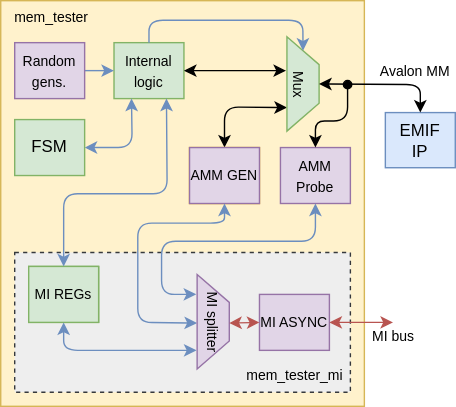
Earlier version of the draw.io export comp/debug/mem_tester/doc/memory_tester.svg (CESNET/ofm). Source tidied: cells renumbered, new cells last; positions are measured from the earlier drawing's top-left corner, leaving out a move shared by most shapes.
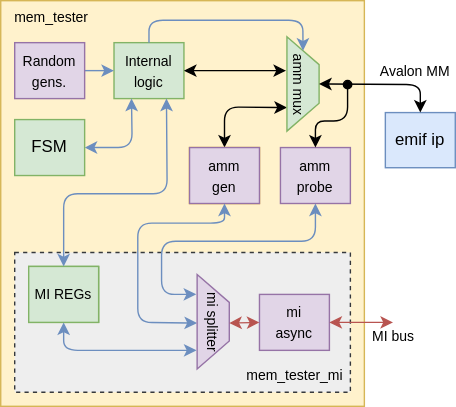
After the commit.

What changed in the source:
```diff
@@ -60,7 +60,7 @@
     <mxCell id="16" style="rounded=0;whiteSpace=wrap;html=1;fillColor=#e1d5e7;strokeColor=#9673a6;" parent="15" vertex="1">
       <mxGeometry width="50" height="40" as="geometry" />
     </mxCell>
-    <mxCell id="17" value="&lt;font style=&quot;font-size: 10px&quot;&gt;AMM GEN&lt;/font&gt;" style="text;html=1;strokeColor=none;fillColor=none;align=center;verticalAlign=middle;whiteSpace=wrap;rounded=0;" parent="15" vertex="1">
+    <mxCell id="17" value="&lt;font style=&quot;font-size: 10px&quot;&gt;amm&lt;br&gt;gen&lt;/font&gt;" style="text;html=1;strokeColor=none;fillColor=none;align=center;verticalAlign=middle;whiteSpace=wrap;rounded=0;" parent="15" vertex="1">
       <mxGeometry y="8.8" width="50" height="22.5" as="geometry" />
     </mxCell>
     <mxCell id="18" style="group;" parent="1" vertex="1">
@@ -87,7 +87,7 @@
     <mxCell id="25" style="shape=trapezoid;perimeter=trapezoidPerimeter;whiteSpace=wrap;html=1;fixedSize=1;rotation=90;fillColor=#d5e8d4;strokeColor=#82b366;" parent="24" vertex="1">
       <mxGeometry x="-19.1" y="18" width="67.5" height="23" as="geometry" />
     </mxCell>
-    <mxCell id="26" value="&lt;font style=&quot;font-size: 10px&quot;&gt;Mux&lt;/font&gt;" style="text;html=1;strokeColor=none;fillColor=none;align=center;verticalAlign=middle;whiteSpace=wrap;rounded=0;rotation=90;" parent="24" vertex="1">
+    <mxCell id="26" value="&lt;font style=&quot;font-size: 10px&quot;&gt;amm mux&lt;/font&gt;" style="text;html=1;strokeColor=none;fillColor=none;align=center;verticalAlign=middle;whiteSpace=wrap;rounded=0;rotation=90;" parent="24" vertex="1">
       <mxGeometry x="-15.2" y="19.4" width="55.2" height="22.5" as="geometry" />
     </mxCell>
     <mxCell id="27" value="&lt;font style=&quot;font-size: 10px&quot;&gt;Avalon MM&lt;/font&gt;" style="text;html=1;strokeColor=none;fillColor=none;align=center;verticalAlign=middle;whiteSpace=wrap;rounded=0;" parent="1" vertex="1">
@@ -99,7 +99,7 @@
     <mxCell id="29" style="whiteSpace=wrap;html=1;fillColor=#dae8fc;strokeColor=#6c8ebf;" parent="28" vertex="1">
       <mxGeometry width="50" height="39.4" as="geometry" />
     </mxCell>
-    <mxCell id="30" value="EMIF IP" style="text;html=1;strokeColor=none;fillColor=none;align=center;verticalAlign=middle;whiteSpace=wrap;rounded=0;fontStyle=0;" parent="28" vertex="1">
+    <mxCell id="30" value="emif ip" style="text;html=1;strokeColor=none;fillColor=none;align=center;verticalAlign=middle;whiteSpace=wrap;rounded=0;fontStyle=0;" parent="28" vertex="1">
       <mxGeometry x="5.2" y="3.9" width="39.6" height="31.5" as="geometry" />
     </mxCell>
     <mxCell id="31" style="endArrow=classic;startArrow=classic;html=1;entryX=0.5;entryY=0;entryDx=0;entryDy=0;exitX=0.5;exitY=0;exitDx=0;exitDy=0;" parent="1" edge="1" source="25" target="29">
@@ -134,7 +134,7 @@
     <mxCell id="35" style="group;fillColor=#e1d5e7;strokeColor=#9673a6;" parent="1" vertex="1">
       <mxGeometry x="185" y="210" width="50" height="40" as="geometry" />
     </mxCell>
-    <mxCell id="36" value="&lt;font style=&quot;font-size: 10px&quot;&gt;MI ASYNC&lt;/font&gt;" style="text;html=1;strokeColor=none;fillColor=none;align=center;verticalAlign=middle;whiteSpace=wrap;rounded=0;" parent="35" vertex="1">
+    <mxCell id="36" value="&lt;font style=&quot;font-size: 10px&quot;&gt;mi&lt;br&gt;async&lt;br&gt;&lt;/font&gt;" style="text;html=1;strokeColor=none;fillColor=none;align=center;verticalAlign=middle;whiteSpace=wrap;rounded=0;" parent="35" vertex="1">
       <mxGeometry y="8.8" width="50" height="22.5" as="geometry" />
     </mxCell>
     <mxCell id="37" style="group;rotation=0;" parent="1" vertex="1">
@@ -143,7 +143,7 @@
     <mxCell id="38" style="shape=trapezoid;perimeter=trapezoidPerimeter;whiteSpace=wrap;html=1;fixedSize=1;rotation=90;fillColor=#e1d5e7;strokeColor=#9673a6;" parent="37" vertex="1">
       <mxGeometry x="-19.1" y="18" width="67.5" height="23" as="geometry" />
     </mxCell>
-    <mxCell id="39" value="&lt;font style=&quot;font-size: 10px&quot;&gt;MI splitter&lt;br&gt;&lt;/font&gt;" style="text;html=1;strokeColor=none;fillColor=none;align=center;verticalAlign=middle;whiteSpace=wrap;rounded=0;rotation=90;" parent="37" vertex="1">
+    <mxCell id="39" value="&lt;font style=&quot;font-size: 10px&quot;&gt;mi splitter&lt;br&gt;&lt;/font&gt;" style="text;html=1;strokeColor=none;fillColor=none;align=center;verticalAlign=middle;whiteSpace=wrap;rounded=0;rotation=90;" parent="37" vertex="1">
       <mxGeometry x="-13" y="19" width="55.2" height="23" as="geometry" />
     </mxCell>
     <mxCell id="40" style="endArrow=classic;html=1;fillColor=#f8cecc;strokeColor=#b85450;startArrow=classic;startFill=1;entryX=0;entryY=0.5;entryDx=0;entryDy=0;exitX=0.5;exitY=0;exitDx=0;exitDy=0;" parent="1" edge="1" source="39" target="36">
@@ -175,7 +175,7 @@
     <mxCell id="47" style="rounded=0;whiteSpace=wrap;html=1;fillColor=#e1d5e7;strokeColor=#9673a6;" parent="46" vertex="1">
       <mxGeometry width="50" height="40" as="geometry" />
     </mxCell>
-    <mxCell id="48" value="&lt;font style=&quot;font-size: 10px&quot;&gt;AMM Probe&lt;/font&gt;" style="text;html=1;strokeColor=none;fillColor=none;align=center;verticalAlign=middle;whiteSpace=wrap;rounded=0;" parent="46" vertex="1">
+    <mxCell id="48" value="&lt;font style=&quot;font-size: 10px&quot;&gt;amm&lt;br&gt;probe&lt;br&gt;&lt;/font&gt;" style="text;html=1;strokeColor=none;fillColor=none;align=center;verticalAlign=middle;whiteSpace=wrap;rounded=0;" parent="46" vertex="1">
       <mxGeometry y="8.8" width="50" height="22.5" as="geometry" />
     </mxCell>
     <mxCell id="49" style="endArrow=classic;html=1;fillColor=#dae8fc;strokeColor=#6c8ebf;startArrow=classic;startFill=1;exitX=0.129;exitY=1.025;exitDx=0;exitDy=0;entryX=0.5;entryY=1;entryDx=0;entryDy=0;exitPerimeter=0;" parent="1" edge="1" source="39" target="47">
```
